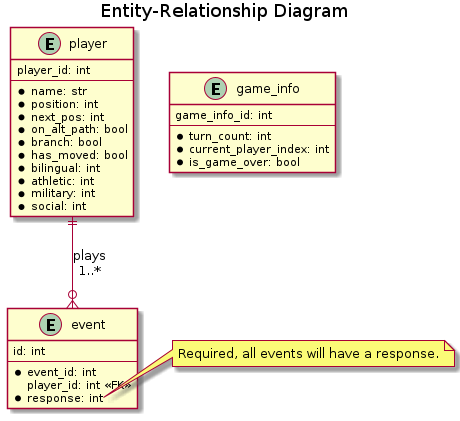
Before: diagrams/database_diagram.png, a diagram exported from PlantUML (CSE-362-2025/BoardGameProject).
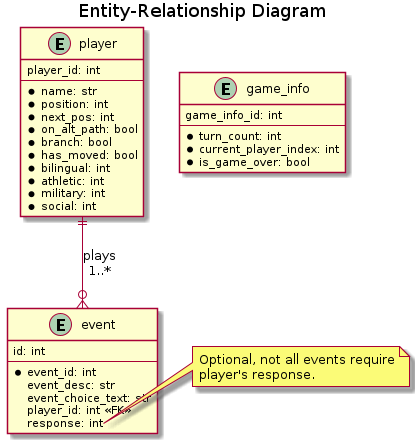
The same file after the commit.

Commit message:
changing DB structure to match new `Player.events_played`. Now storing strings instead of IDs

Diff of the diagram source:
```diff
@@ -21,11 +21,14 @@
     id: int
     --
     *event_id: int
+    event_desc: str
+    event_choice_text: str
     player_id: int <<FK>>
-    *response: int
+    response: int
 }
 note right of event::response
-Required, all events will have a response.
+Optional, not all events require
+player's response.
 end note
 
 player ||--o{ event: plays\n1..*
```
